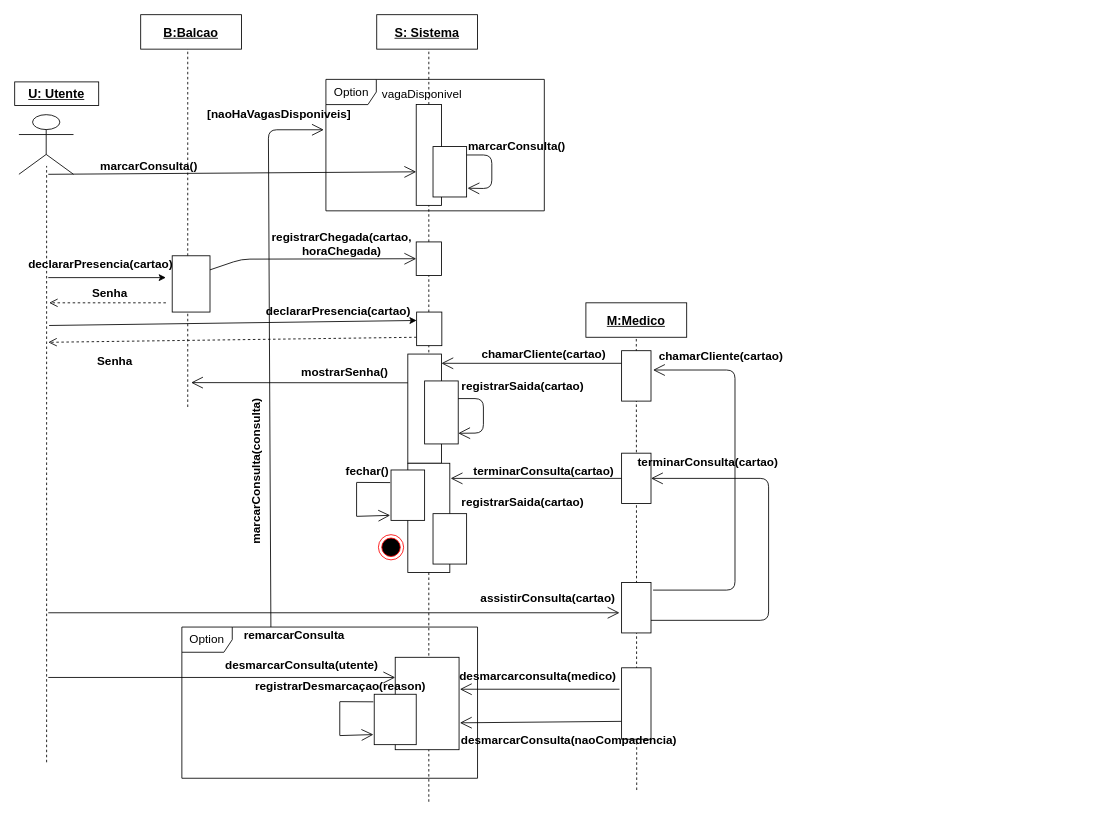
Before: DiagramaDeSequencia-ConsultasMedicas-SemFacturaçao.drawio in getSierralta/Si-Centro-Hospitalar-Upskill, a draw.io diagram. Source tidied: cells renumbered, new cells numbered last; positions are measured from the earlier drawing's top-left corner, leaving out a move shared by most shapes. Both pictures are drawn from the tidied source at 84%, with x=0, y=0 at pixel (14, 14).
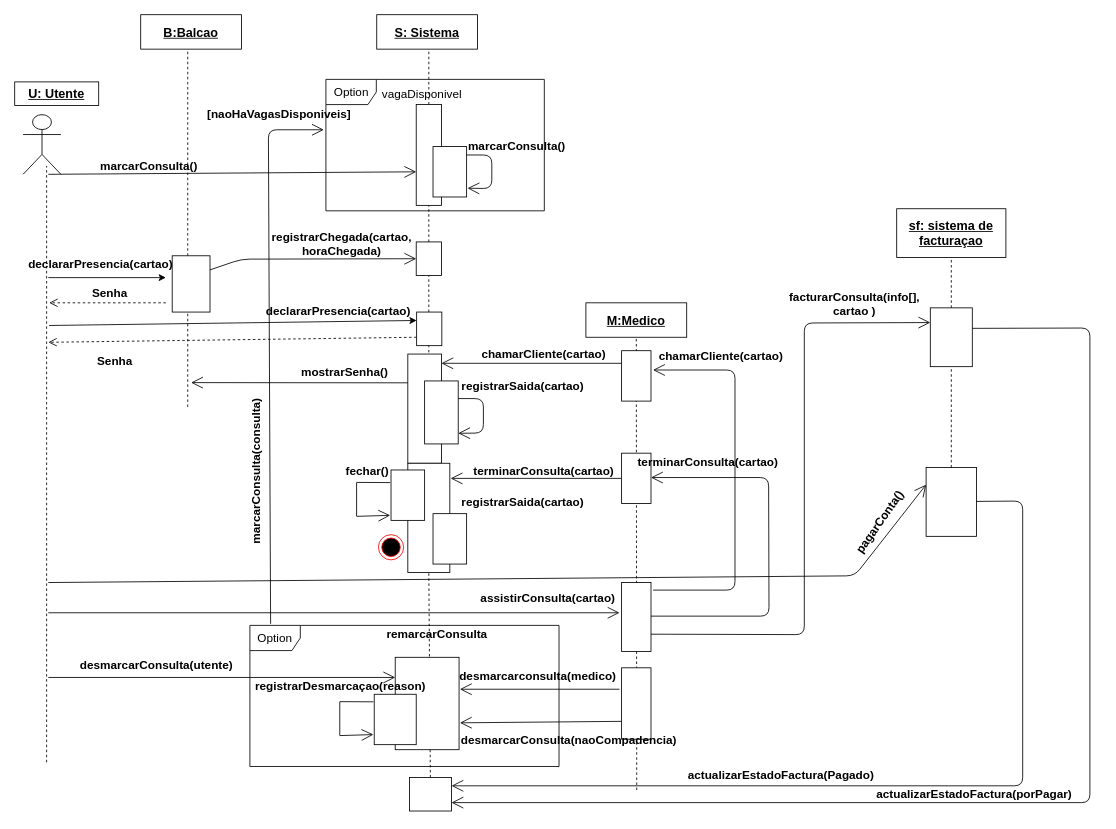
Above is the later version.

Commit message:
Subdiviçao do diagrama de sequencia 3.1 com facturaçao

Unchanged cells that the change refers to:
```xml
<mxCell id="18" style="rounded=0;whiteSpace=wrap;html=1;" parent="1" vertex="1">
  <mxGeometry x="468" y="534" width="50" height="130" as="geometry" />
</mxCell>
<mxCell id="71" style="rounded=0;whiteSpace=wrap;html=1;" parent="1" vertex="1">
  <mxGeometry x="722.5" y="522" width="35" height="60" as="geometry" />
</mxCell>
```

Diff of the diagram source:
```diff
@@
-    <mxCell id="3" value="Option" style="shape=umlFrame;whiteSpace=wrap;html=1;strokeColor=#000000;fillColor=#ffffff;fontSize=14;" parent="1" vertex="1">
-      <mxGeometry x="199" y="729" width="352" height="180" as="geometry" />
-    </mxCell>
@@
-    <mxCell id="19" style="endArrow=none;dashed=1;html=1;entryX=0.5;entryY=1;entryDx=0;entryDy=0;" parent="1" edge="1" target="18">
-      <mxGeometry relative="1" as="geometry">
-        <mxPoint x="493" y="937" as="sourcePoint" />
-      </mxGeometry>
+    <mxCell id="19" style="endArrow=none;dashed=1;html=1;entryX=0.5;entryY=1;entryDx=0;entryDy=0;" parent="1" edge="1" source="87" target="18">
+      <mxGeometry relative="1" as="geometry" />
     </mxCell>
@@
     <mxCell id="37" value="desmarcarConsulta(utente)" style="text;html=1;strokeColor=none;fillColor=none;align=center;verticalAlign=middle;whiteSpace=wrap;rounded=0;fontStyle=1;fontSize=14;" parent="1" vertex="1">
-      <mxGeometry x="277.5" y="765" width="127.5" height="20" as="geometry" />
+      <mxGeometry x="105" y="765" width="127.5" height="20" as="geometry" />
     </mxCell>
@@
     <mxCell id="51" value="remarcarConsulta" style="text;html=1;strokeColor=none;fillColor=none;align=center;verticalAlign=middle;whiteSpace=wrap;rounded=0;fontSize=14;fontStyle=1;" parent="1" vertex="1">
-      <mxGeometry x="277.5" y="729" width="110" height="20" as="geometry" />
+      <mxGeometry x="448" y="727" width="110" height="20" as="geometry" />
     </mxCell>
@@
     <mxCell id="57" style="shape=umlActor;verticalLabelPosition=bottom;verticalAlign=top;html=1;" parent="1" vertex="1">
-      <mxGeometry x="5" y="119" width="65" height="71" as="geometry" />
+      <mxGeometry x="10" y="119" width="45" height="71" as="geometry" />
     </mxCell>
@@
-    <mxCell id="61" style="endArrow=open;endFill=1;endSize=12;html=1;exitX=0.25;exitY=0;exitDx=0;exitDy=0;" parent="1" edge="1" source="51">
+    <mxCell id="61" style="endArrow=open;endFill=1;endSize=12;html=1;exitX=0.067;exitY=-0.011;exitDx=0;exitDy=0;exitPerimeter=0;" parent="1" edge="1" source="3">
       <mxGeometry relative="1" as="geometry">
         <mxPoint x="368" y="137" as="targetPoint" />
         <Array as="points">
           <mxPoint x="302" y="137" />
         </Array>
       </mxGeometry>
     </mxCell>
@@
     <mxCell id="72" style="rounded=0;whiteSpace=wrap;html=1;" parent="1" vertex="1">
-      <mxGeometry x="722.5" y="676" width="35" height="60" as="geometry" />
+      <mxGeometry x="722.5" y="676" width="35" height="82" as="geometry" />
     </mxCell>
@@
-    <mxCell id="77" style="endArrow=open;endFill=1;endSize=12;html=1;exitX=1;exitY=0.75;exitDx=0;exitDy=0;entryX=1;entryY=0.5;entryDx=0;entryDy=0;" parent="1" edge="1" source="72" target="71">
+    <mxCell id="77" style="endArrow=open;endFill=1;endSize=12;html=1;exitX=1;exitY=0.5;exitDx=0;exitDy=0;entryX=1;entryY=0.5;entryDx=0;entryDy=0;" parent="1" edge="1">
       <mxGeometry relative="1" as="geometry">
+        <mxPoint x="757.5" y="716" as="sourcePoint" />
+        <mxPoint x="757.5" y="551" as="targetPoint" />
         <Array as="points">
-          <mxPoint x="897.5" y="721" />
-          <mxPoint x="897.5" y="552" />
+          <mxPoint x="898" y="716" />
+          <mxPoint x="897.5" y="551" />
         </Array>
       </mxGeometry>
     </mxCell>
@@
+    <mxCell id="79" value="sf: sistema de facturaçao" style="text;html=1;align=center;verticalAlign=middle;whiteSpace=wrap;rounded=0;fontStyle=5;fontSize=15;strokeColor=#000000;fillColor=#ffffff;" parent="1" vertex="1">
+      <mxGeometry x="1050" y="231" width="130" height="58" as="geometry" />
+    </mxCell>
+    <mxCell id="80" style="endArrow=none;dashed=1;html=1;entryX=0.5;entryY=1;entryDx=0;entryDy=0;" parent="1" edge="1" source="83" target="79">
+      <mxGeometry relative="1" as="geometry" />
+    </mxCell>
+    <mxCell id="81" style="endArrow=none;dashed=1;html=1;" parent="1" edge="1">
+      <mxGeometry relative="1" as="geometry">
+        <mxPoint x="1109" y="599" as="sourcePoint" />
+        <mxPoint x="1109" y="559" as="targetPoint" />
+      </mxGeometry>
+    </mxCell>
+    <mxCell id="82" style="rounded=0;whiteSpace=wrap;html=1;" parent="1" vertex="1">
+      <mxGeometry x="1085" y="539" width="60" height="82" as="geometry" />
+    </mxCell>
+    <mxCell id="83" style="rounded=0;whiteSpace=wrap;html=1;" parent="1" vertex="1">
+      <mxGeometry x="1090" y="349" width="50" height="70" as="geometry" />
+    </mxCell>
+    <mxCell id="84" style="endArrow=none;dashed=1;html=1;exitX=0.5;exitY=0;exitDx=0;exitDy=0;" parent="1" edge="1" source="82" target="83">
+      <mxGeometry relative="1" as="geometry" />
+    </mxCell>
+    <mxCell id="85" style="endArrow=open;endFill=1;endSize=12;html=1;exitX=1;exitY=0.75;exitDx=0;exitDy=0;entryX=0;entryY=0.25;entryDx=0;entryDy=0;" parent="1" edge="1" source="72" target="83">
+      <mxGeometry relative="1" as="geometry">
+        <Array as="points">
+          <mxPoint x="940" y="738" />
+          <mxPoint x="940" y="367" />
+        </Array>
+      </mxGeometry>
+    </mxCell>
+    <mxCell id="86" value="facturarConsulta(info[], cartao )" style="text;html=1;strokeColor=none;fillColor=none;align=center;verticalAlign=middle;whiteSpace=wrap;rounded=0;fontStyle=1;fontSize=14;" parent="1" vertex="1">
+      <mxGeometry x="900" y="334" width="200" height="20" as="geometry" />
+    </mxCell>
+    <mxCell id="87" style="rounded=0;whiteSpace=wrap;html=1;strokeColor=#000000;fillColor=#ffffff;fontSize=14;" parent="1" vertex="1">
+      <mxGeometry x="470" y="908" width="50" height="40" as="geometry" />
+    </mxCell>
+    <mxCell id="3" value="Option" style="shape=umlFrame;whiteSpace=wrap;html=1;strokeColor=#000000;fillColor=#ffffff;fontSize=14;" parent="1" vertex="1">
+      <mxGeometry x="280" y="727" width="368" height="168" as="geometry" />
+    </mxCell>
+    <mxCell id="88" style="endArrow=open;endFill=1;endSize=12;html=1;entryX=0;entryY=0.25;entryDx=0;entryDy=0;" parent="1" edge="1" target="82">
+      <mxGeometry relative="1" as="geometry">
+        <mxPoint x="40" y="676" as="sourcePoint" />
+        <Array as="points">
+          <mxPoint x="1000" y="668" />
+        </Array>
+      </mxGeometry>
+    </mxCell>
+    <mxCell id="89" value="pagarConta()" style="text;html=1;strokeColor=none;fillColor=none;align=center;verticalAlign=middle;whiteSpace=wrap;rounded=0;fontStyle=1;fontSize=14;rotation=-55;" parent="1" vertex="1">
+      <mxGeometry x="1000" y="594" width="60" height="20" as="geometry" />
+    </mxCell>
+    <mxCell id="90" style="endArrow=open;endFill=1;endSize=12;html=1;entryX=1;entryY=0.25;entryDx=0;entryDy=0;" parent="1" edge="1" target="87">
+      <mxGeometry relative="1" as="geometry">
+        <mxPoint x="1145" y="579.4" as="sourcePoint" />
+        <Array as="points">
+          <mxPoint x="1200" y="579" />
+          <mxPoint x="1200" y="918" />
+        </Array>
+      </mxGeometry>
+    </mxCell>
+    <mxCell id="91" style="endArrow=open;endFill=1;endSize=12;html=1;entryX=1;entryY=0.75;entryDx=0;entryDy=0;" parent="1" edge="1" target="87">
+      <mxGeometry relative="1" as="geometry">
+        <mxPoint x="1140" y="373.4" as="sourcePoint" />
+        <Array as="points">
+          <mxPoint x="1280" y="373" />
+          <mxPoint x="1280" y="938" />
+        </Array>
+      </mxGeometry>
+    </mxCell>
+    <mxCell id="92" value="&lt;b&gt;actualizarEstadoFactura(Pagado)&lt;/b&gt;" style="text;html=1;strokeColor=none;fillColor=none;align=center;verticalAlign=middle;whiteSpace=wrap;rounded=0;fontSize=14;" parent="1" vertex="1">
+      <mxGeometry x="810" y="895" width="205" height="20" as="geometry" />
+    </mxCell>
+    <mxCell id="93" value="&lt;b&gt;actualizarEstadoFactura(porPagar)&lt;/b&gt;" style="text;html=1;strokeColor=none;fillColor=none;align=center;verticalAlign=middle;whiteSpace=wrap;rounded=0;fontSize=14;" parent="1" vertex="1">
+      <mxGeometry x="1040" y="918" width="205" height="20" as="geometry" />
+    </mxCell>
```
